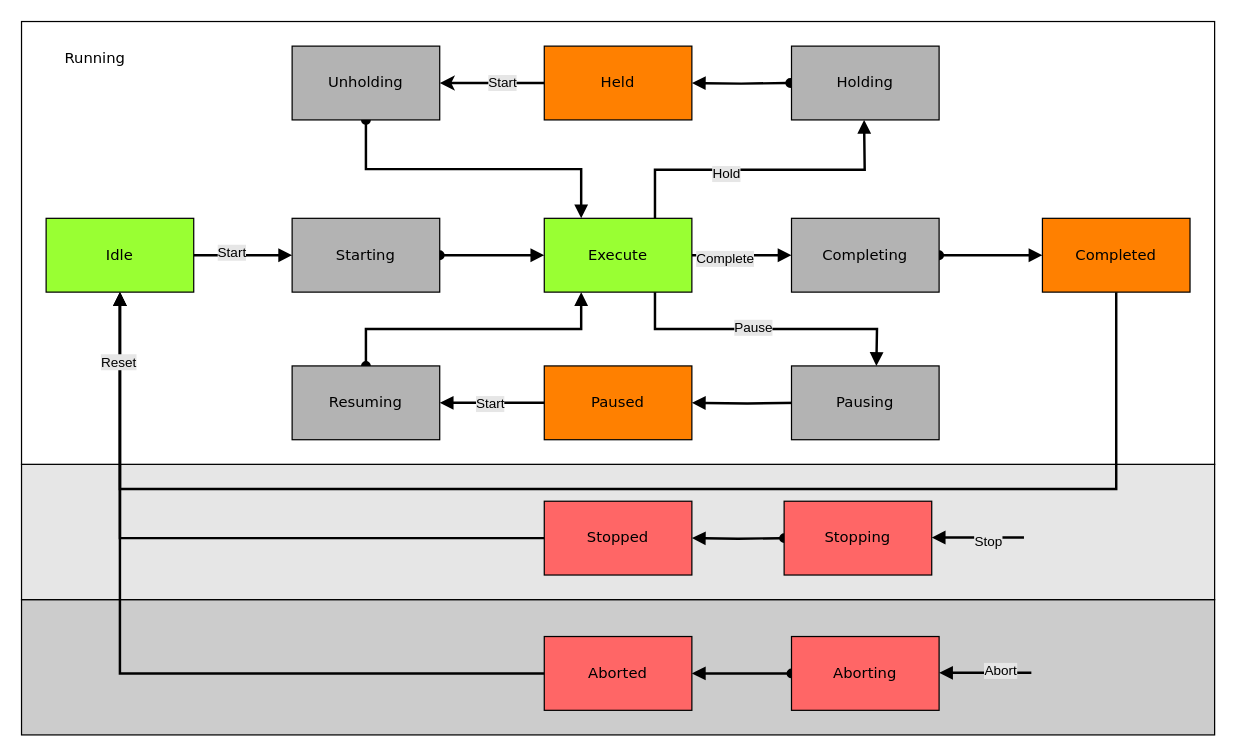
Before: page "ISA88" (1 of 5) of docs/Diagramms.drawio in PeterZerlauth/Tc3_Component, a draw.io diagram. Source tidied: cells renumbered, new cells numbered last; positions are measured from the earlier drawing's top-left corner, leaving out a move shared by most shapes. Both pictures are drawn from the tidied source at 123%, with x=0, y=0 at pixel (21, 21).
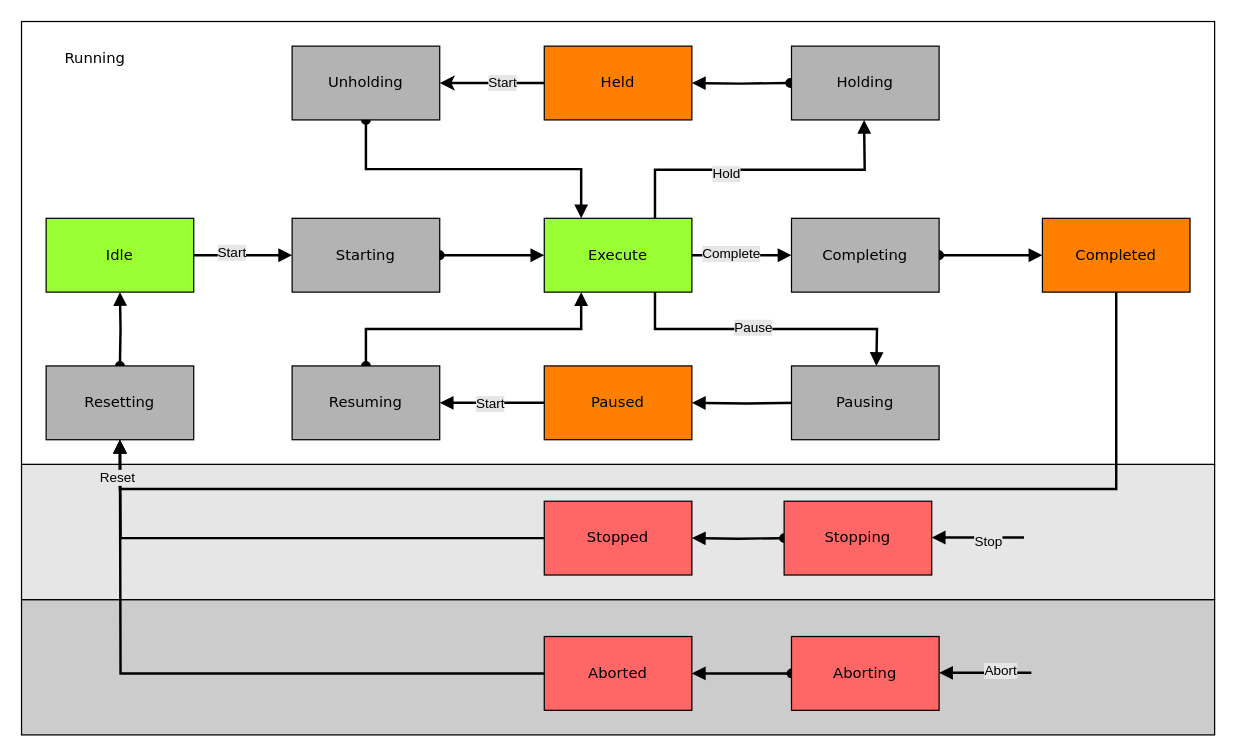
The same diagram, later.

The change refers to these unchanged cells:
```xml
<mxCell id="9" style="edgeStyle=orthogonalEdgeStyle;rounded=0;jettySize=auto;html=1;exitX=1;exitY=0.5;exitDx=0;exitDy=0;entryX=0;entryY=0.5;entryDx=0;entryDy=0;strokeColor=default;align=center;verticalAlign=middle;fontFamily=Helvetica;fontSize=11;fontColor=default;labelBackgroundColor=default;endArrow=block;endFill=1;strokeWidth=2;" parent="1" edge="1" source="11" target="41">
  <mxGeometry relative="1" as="geometry" />
</mxCell>
<mxCell id="19" value="Idle" style="rounded=0;whiteSpace=wrap;html=1;arcSize=24;fillColor=#99FF33;strokeColor=#000000;shadow=0;comic=0;labelBackgroundColor=none;fontFamily=Verdana;fontSize=12;fontColor=#000000;align=center;" parent="1" vertex="1">
  <mxGeometry x="20" y="160" width="120" height="60" as="geometry" />
</mxCell>
<mxCell id="21" value="Stopped" style="rounded=0;whiteSpace=wrap;html=1;arcSize=24;fillColor=#FF6666;strokeColor=#000000;shadow=0;comic=0;labelBackgroundColor=none;fontFamily=Verdana;fontSize=12;fontColor=#000000;align=center;" parent="1" vertex="1">
  <mxGeometry x="425" y="390" width="120" height="60" as="geometry" />
</mxCell>
<mxCell id="23" value="Aborted" style="rounded=0;whiteSpace=wrap;html=1;arcSize=24;fillColor=#FF6666;strokeColor=#000000;shadow=0;comic=0;labelBackgroundColor=none;fontFamily=Verdana;fontSize=12;fontColor=#000000;align=center;" parent="1" vertex="1">
  <mxGeometry x="425" y="500" width="120" height="60" as="geometry" />
</mxCell>
<mxCell id="26" value="Completed" style="rounded=0;whiteSpace=wrap;html=1;arcSize=24;fillColor=#FF8000;strokeColor=#000000;shadow=0;comic=0;labelBackgroundColor=none;fontFamily=Verdana;fontSize=12;fontColor=#000000;align=center;" parent="1" vertex="1">
  <mxGeometry x="830" y="160" width="120" height="60" as="geometry" />
</mxCell>
```

The edit, as a diff of the source:
```diff
@@
     <mxCell id="10" value="Complete" style="edgeLabel;html=1;align=center;verticalAlign=middle;fontFamily=Helvetica;fontSize=11;fontColor=default;labelBackgroundColor=#E6E6E6;" parent="9" vertex="1">
-      <mxGeometry x="-0.36" y="-2" relative="1" as="geometry" />
+      <mxGeometry x="-0.36" y="-2" relative="1" as="geometry">
+        <mxPoint x="5" y="-4" as="offset" />
+      </mxGeometry>
     </mxCell>
@@
-    <mxCell id="20" style="edgeStyle=orthogonalEdgeStyle;rounded=0;jettySize=auto;html=1;entryX=0.5;entryY=1;entryDx=0;entryDy=0;strokeColor=default;align=center;verticalAlign=middle;fontFamily=Helvetica;fontSize=11;fontColor=default;labelBackgroundColor=default;endArrow=block;endFill=1;strokeWidth=2;" parent="1" edge="1" source="21" target="19">
-      <mxGeometry relative="1" as="geometry" />
+    <mxCell id="20" style="edgeStyle=orthogonalEdgeStyle;rounded=0;jettySize=auto;html=1;entryX=0.5;entryY=1;entryDx=0;entryDy=0;strokeColor=default;align=center;verticalAlign=middle;fontFamily=Helvetica;fontSize=11;fontColor=default;labelBackgroundColor=default;endArrow=block;endFill=1;strokeWidth=2;" parent="1" edge="1" source="21">
+      <mxGeometry relative="1" as="geometry">
+        <mxPoint x="80" y="340" as="targetPoint" />
+      </mxGeometry>
     </mxCell>
@@
-    <mxCell id="22" style="edgeStyle=orthogonalEdgeStyle;rounded=0;jettySize=auto;html=1;strokeColor=default;align=center;verticalAlign=middle;fontFamily=Helvetica;fontSize=11;fontColor=default;labelBackgroundColor=default;endArrow=block;endFill=1;entryX=0.5;entryY=1;entryDx=0;entryDy=0;strokeWidth=2;" parent="1" edge="1" source="23" target="19">
-      <mxGeometry relative="1" as="geometry" />
+    <mxCell id="22" style="edgeStyle=orthogonalEdgeStyle;rounded=0;jettySize=auto;html=1;strokeColor=default;align=center;verticalAlign=middle;fontFamily=Helvetica;fontSize=11;fontColor=default;labelBackgroundColor=default;endArrow=block;endFill=1;strokeWidth=2;entryX=0.5;entryY=1;entryDx=0;entryDy=0;" parent="1" edge="1" source="23">
+      <mxGeometry relative="1" as="geometry">
+        <mxPoint x="80" y="340" as="targetPoint" />
+      </mxGeometry>
     </mxCell>
@@
-    <mxCell id="24" style="edgeStyle=orthogonalEdgeStyle;rounded=0;jettySize=auto;html=1;exitX=0.5;exitY=1;exitDx=0;exitDy=0;entryX=0.5;entryY=1;entryDx=0;entryDy=0;strokeColor=default;align=center;verticalAlign=middle;fontFamily=Helvetica;fontSize=11;fontColor=default;labelBackgroundColor=default;endArrow=block;endFill=1;strokeWidth=2;" parent="1" edge="1" source="26" target="19">
+    <mxCell id="24" style="edgeStyle=orthogonalEdgeStyle;rounded=0;jettySize=auto;html=1;exitX=0.5;exitY=1;exitDx=0;exitDy=0;entryX=0.5;entryY=1;entryDx=0;entryDy=0;strokeColor=default;align=center;verticalAlign=middle;fontFamily=Helvetica;fontSize=11;fontColor=default;labelBackgroundColor=default;endArrow=block;endFill=1;strokeWidth=2;" parent="1" edge="1" source="26">
       <mxGeometry relative="1" as="geometry">
+        <mxPoint x="80" y="340" as="targetPoint" />
         <Array as="points">
           <mxPoint x="890" y="380" />
           <mxPoint x="80" y="380" />
         </Array>
       </mxGeometry>
     </mxCell>
     <mxCell id="25" value="Reset" style="edgeLabel;html=1;align=center;verticalAlign=middle;fontFamily=Helvetica;fontSize=11;fontColor=default;labelBackgroundColor=#E6E6E6;" parent="24" vertex="1">
-      <mxGeometry x="0.9" y="2" relative="1" as="geometry" />
+      <mxGeometry x="0.9" y="2" relative="1" as="geometry">
+        <mxPoint x="-13" y="-12" as="offset" />
+      </mxGeometry>
     </mxCell>
@@
+    <mxCell id="49" style="edgeStyle=orthogonalEdgeStyle;rounded=0;jettySize=auto;html=1;strokeColor=default;align=center;verticalAlign=middle;fontFamily=Helvetica;fontSize=11;fontColor=default;labelBackgroundColor=default;endArrow=block;endFill=1;strokeWidth=2;startArrow=oval;startFill=1;entryX=0.5;entryY=1;entryDx=0;entryDy=0;exitX=0.5;exitY=0;exitDx=0;exitDy=0;" parent="1" edge="1" target="19">
+      <mxGeometry relative="1" as="geometry">
+        <mxPoint x="80" y="280" as="sourcePoint" />
+      </mxGeometry>
+    </mxCell>
+    <mxCell id="50" value="Resetting" style="rounded=0;whiteSpace=wrap;html=1;arcSize=24;fillColor=#B3B3B3;strokeColor=#000000;shadow=0;comic=0;labelBackgroundColor=none;fontFamily=Verdana;fontSize=12;fontColor=#000000;align=center;" parent="1" vertex="1">
+      <mxGeometry x="20" y="280" width="120" height="60" as="geometry" />
+    </mxCell>
```
